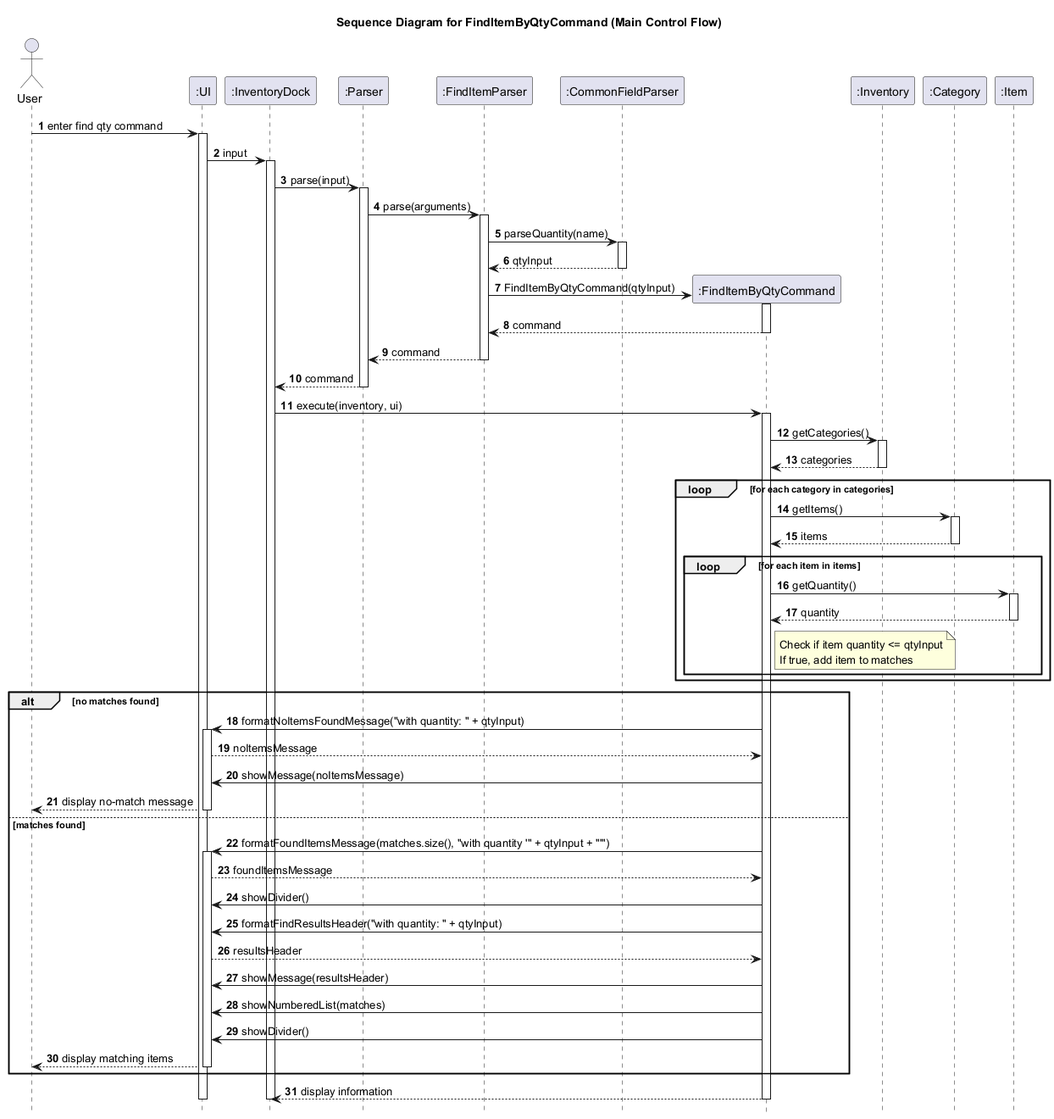
The PlantUML diagram docs/diagrams/sequence/FindItemByQtyCommand_sequence-Sequence_Diagram_for_FindItemByQtyCommand__Main_Control_Flow_.png in yueyang1111/tp, before a commit.
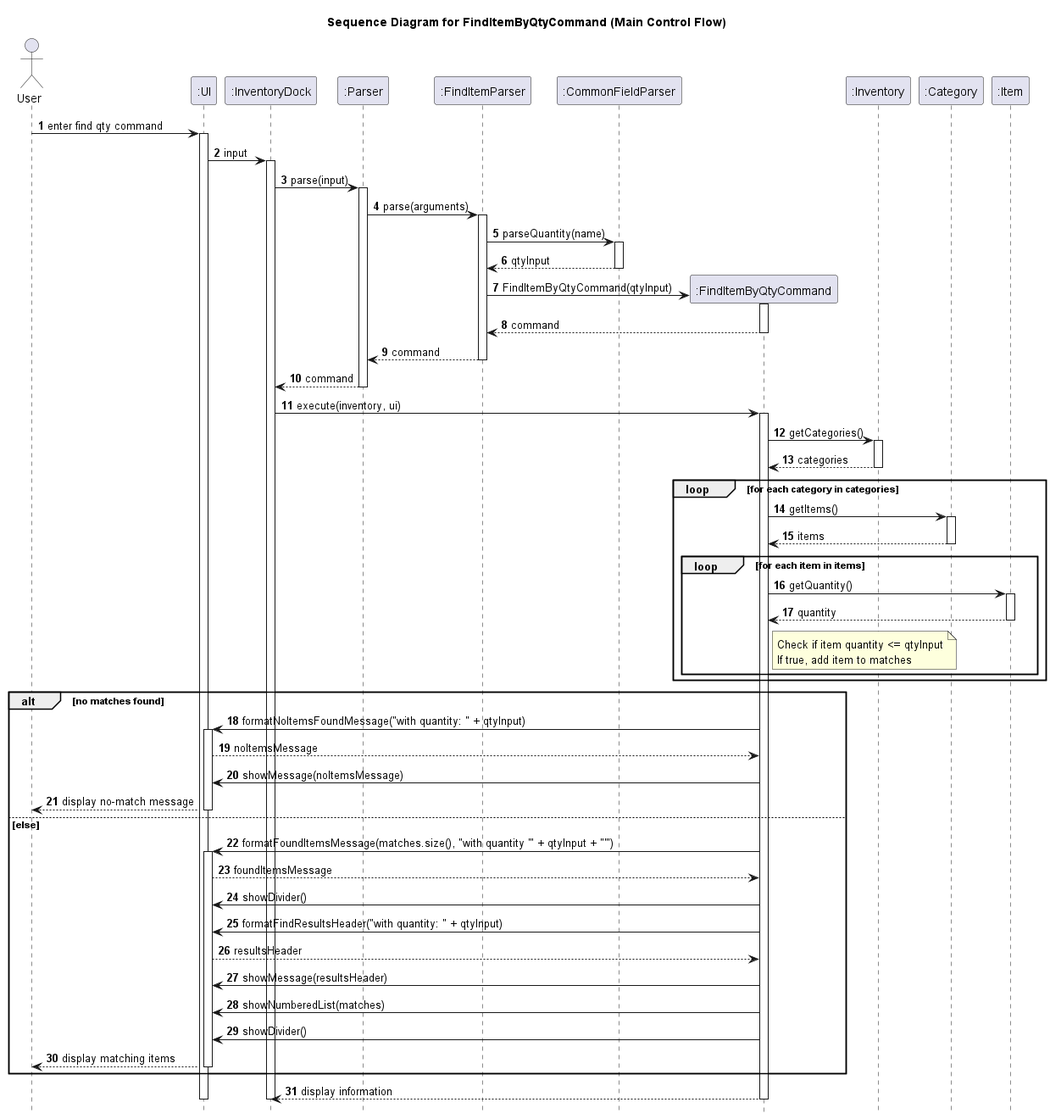
The same diagram one commit later.

Commit message:
Add missing else blocks for sequence diagrams

What changed in the source:
```diff
@@ -72,7 +72,7 @@
     FindItemByQtyCommand -> UI: showMessage(noItemsMessage)
     UI --> User: display no-match message
     deactivate UI
-else matches found
+else else
     FindItemByQtyCommand -> UI: formatFoundItemsMessage(matches.size(), "with quantity '" + qtyInput + "'")
     activate UI
     UI --> FindItemByQtyCommand: foundItemsMessage
```
